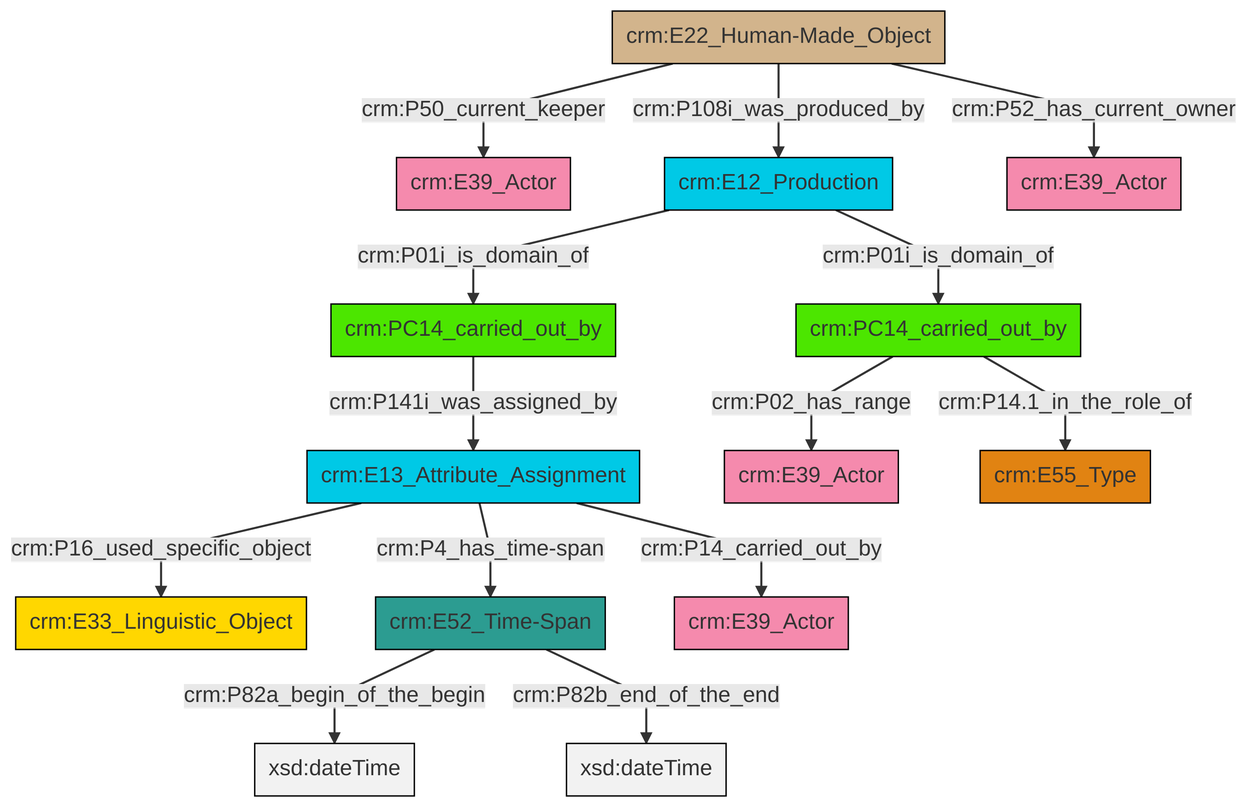
Before: et/carrierCSV/ttl/mmd/png/carrier_relations.png, a diagram exported from Mermaid (swiss-art-research-net/docs.swissartresearch). Its source is kept beside it as et/carrierCSV/ttl/mmd/carrier_relations.ttl.mmd.
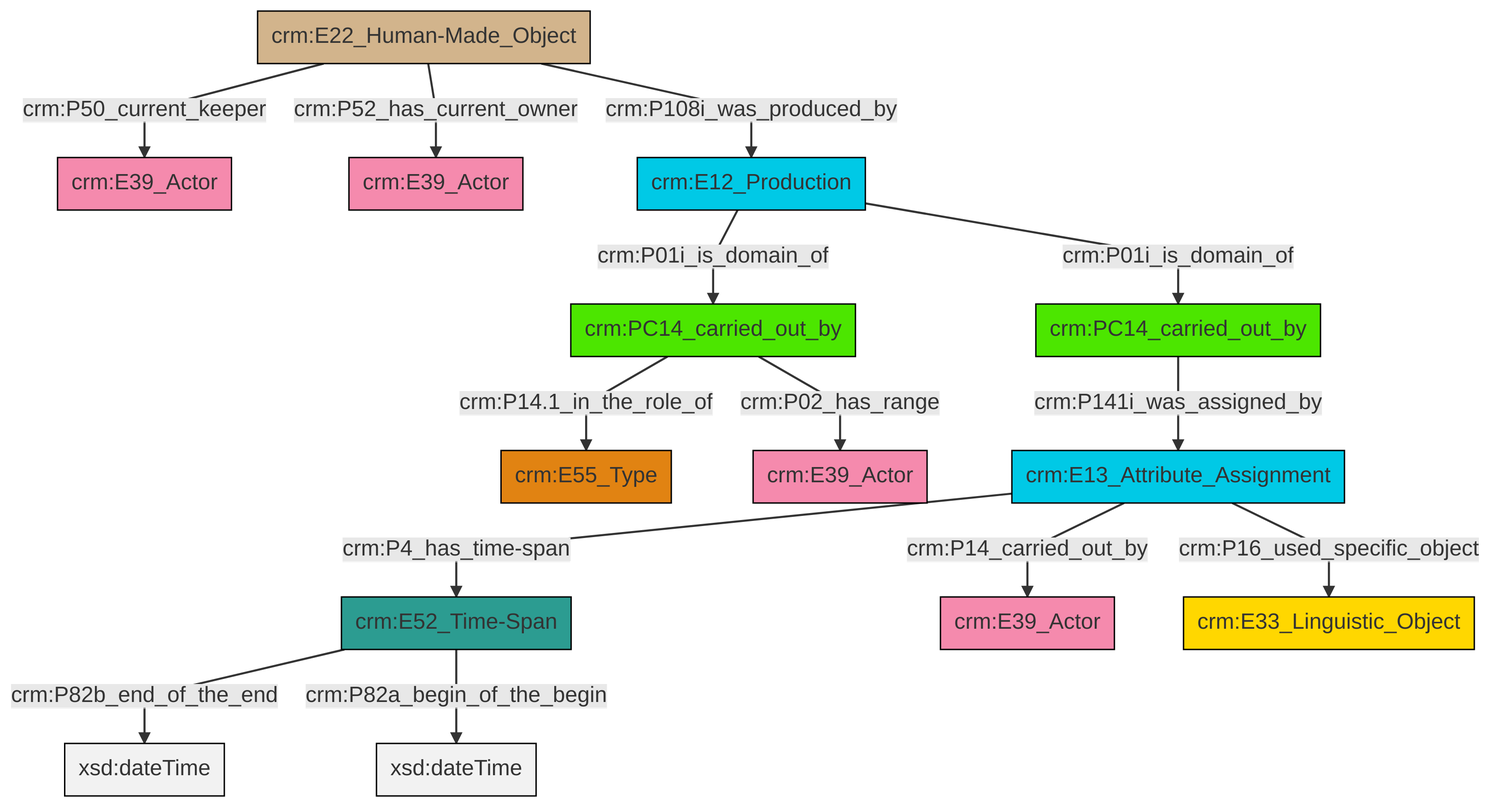
Later version of the same file.

The edit, as a diff of the source:
```diff
@@ -13,16 +13,16 @@
 classDef PC_Classes fill:#4ce600, stroke:#000000;
 classDef Multi fill:#cccccc,stroke:#000000;
 
-0["crm:E22_Human-Made_Object"]:::Physical_Thing -->|crm:P50_current_keeper| 1["crm:E39_Actor"]:::Actor
-4["crm:E12_Production"]:::Temporal_Entity -->|crm:P01i_is_domain_of| 5["crm:PC14_carried_out_by"]:::PC_Classes
-6["crm:E13_Attribute_Assignment"]:::Temporal_Entity -->|crm:P16_used_specific_object| 2["crm:E33_Linguistic_Object"]:::Conceptual_Object
-7["crm:E52_Time-Span"]:::Time-Span -->|crm:P82a_begin_of_the_begin| 8[xsd:dateTime]:::Literal
-0["crm:E22_Human-Made_Object"]:::Physical_Thing -->|crm:P108i_was_produced_by| 4["crm:E12_Production"]:::Temporal_Entity
-6["crm:E13_Attribute_Assignment"]:::Temporal_Entity -->|crm:P4_has_time-span| 7["crm:E52_Time-Span"]:::Time-Span
-19["crm:PC14_carried_out_by"]:::PC_Classes -->|crm:P14.1_in_the_role_of| 15["crm:E55_Type"]:::Type
-0["crm:E22_Human-Made_Object"]:::Physical_Thing -->|crm:P52_has_current_owner| 20["crm:E39_Actor"]:::Actor
-19["crm:PC14_carried_out_by"]:::PC_Classes -->|crm:P02_has_range| 11["crm:E39_Actor"]:::Actor
-4["crm:E12_Production"]:::Temporal_Entity -->|crm:P01i_is_domain_of| 19["crm:PC14_carried_out_by"]:::PC_Classes
-5["crm:PC14_carried_out_by"]:::PC_Classes -->|crm:P141i_was_assigned_by| 6["crm:E13_Attribute_Assignment"]:::Temporal_Entity
-7["crm:E52_Time-Span"]:::Time-Span -->|crm:P82b_end_of_the_end| 24[xsd:dateTime]:::Literal
-6["crm:E13_Attribute_Assignment"]:::Temporal_Entity -->|crm:P14_carried_out_by| 17["crm:E39_Actor"]:::Actor
+0["crm:PC14_carried_out_by"]:::PC_Classes -->|crm:P14.1_in_the_role_of| 1["crm:E55_Type"]:::Type
+4["crm:E22_Human-Made_Object"]:::Physical_Thing -->|crm:P50_current_keeper| 5["crm:E39_Actor"]:::Actor
+6["crm:PC14_carried_out_by"]:::PC_Classes -->|crm:P141i_was_assigned_by| 11["crm:E13_Attribute_Assignment"]:::Temporal_Entity
+12["crm:E52_Time-Span"]:::Time-Span -->|crm:P82b_end_of_the_end| 13[xsd:dateTime]:::Literal
+15["crm:E12_Production"]:::Temporal_Entity -->|crm:P01i_is_domain_of| 6["crm:PC14_carried_out_by"]:::PC_Classes
+11["crm:E13_Attribute_Assignment"]:::Temporal_Entity -->|crm:P14_carried_out_by| 16["crm:E39_Actor"]:::Actor
+12["crm:E52_Time-Span"]:::Time-Span -->|crm:P82a_begin_of_the_begin| 17[xsd:dateTime]:::Literal
+4["crm:E22_Human-Made_Object"]:::Physical_Thing -->|crm:P108i_was_produced_by| 15["crm:E12_Production"]:::Temporal_Entity
+0["crm:PC14_carried_out_by"]:::PC_Classes -->|crm:P02_has_range| 2["crm:E39_Actor"]:::Actor
+11["crm:E13_Attribute_Assignment"]:::Temporal_Entity -->|crm:P16_used_specific_object| 18["crm:E33_Linguistic_Object"]:::Conceptual_Object
+15["crm:E12_Production"]:::Temporal_Entity -->|crm:P01i_is_domain_of| 0["crm:PC14_carried_out_by"]:::PC_Classes
+11["crm:E13_Attribute_Assignment"]:::Temporal_Entity -->|crm:P4_has_time-span| 12["crm:E52_Time-Span"]:::Time-Span
+4["crm:E22_Human-Made_Object"]:::Physical_Thing -->|crm:P52_has_current_owner| 8["crm:E39_Actor"]:::Actor
```
